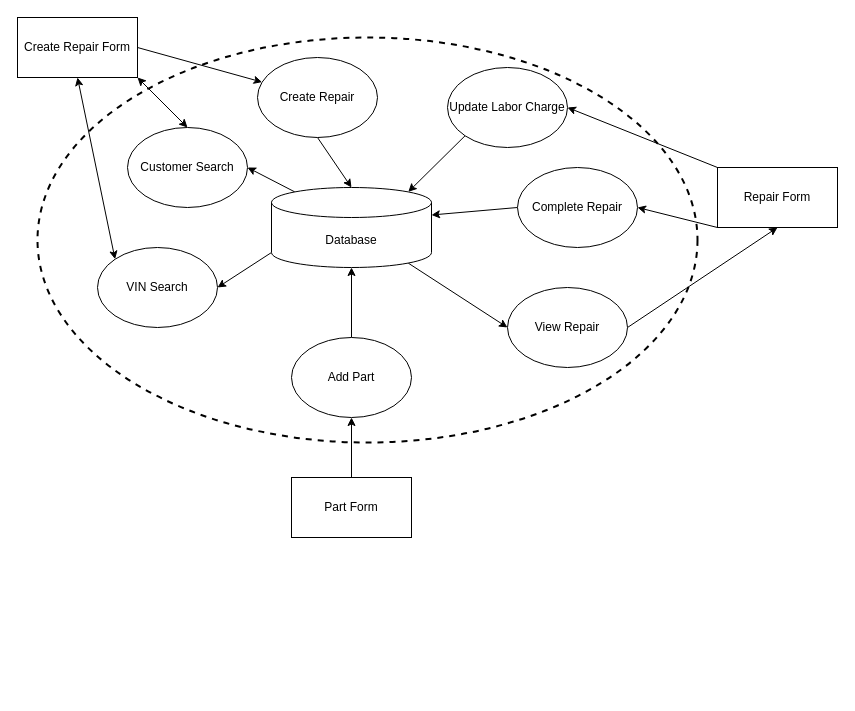
Above: Repairs-Service Writer/Repair-Service Writer - IFD.drawio in dennismdan/car_dealership_database_proj (draw.io), before the change. Source tidied: cells renumbered, new cells numbered last; positions are measured from the earlier drawing's top-left corner, leaving out a move shared by most shapes. Both pictures are drawn from the tidied source at 100%, with x=0, y=0 at pixel (17, 17).
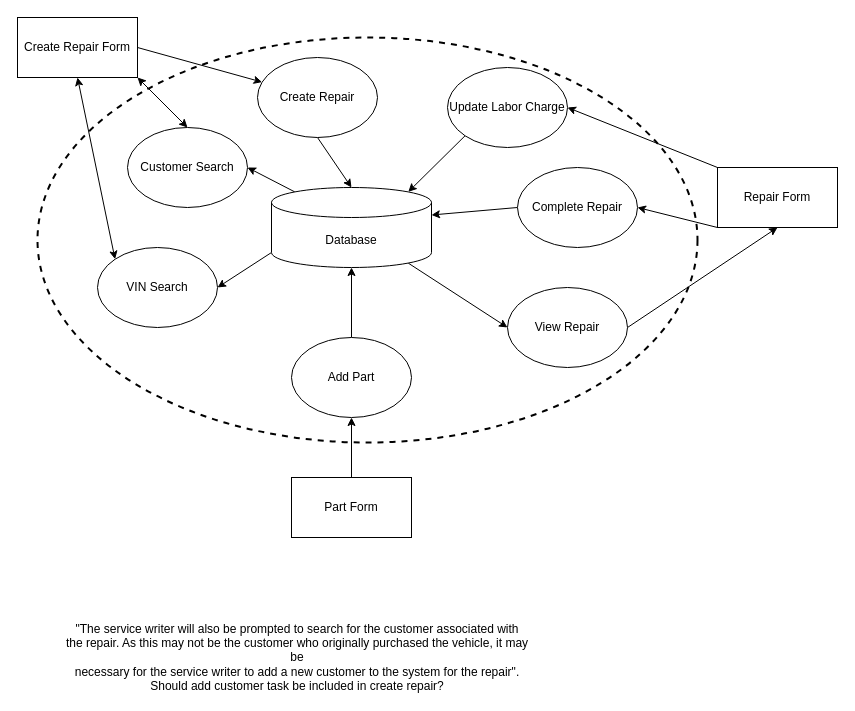
After the change.

What changed in the source:
```diff
@@
+    <mxCell id="28" value="&quot;The service writer will also be prompted to search for the customer associated with &lt;br/&gt;the repair. As this may not be the customer who originally purchased the vehicle, it may be &lt;br/&gt;necessary for the service writer to add a new customer to the system for the repair&quot;. Should add customer task be included in create repair?" style="text;html=1;strokeColor=none;fillColor=none;align=center;verticalAlign=middle;whiteSpace=wrap;rounded=0;" parent="1" vertex="1">
+      <mxGeometry x="40" y="630" width="480" height="20" as="geometry" />
+    </mxCell>
```
